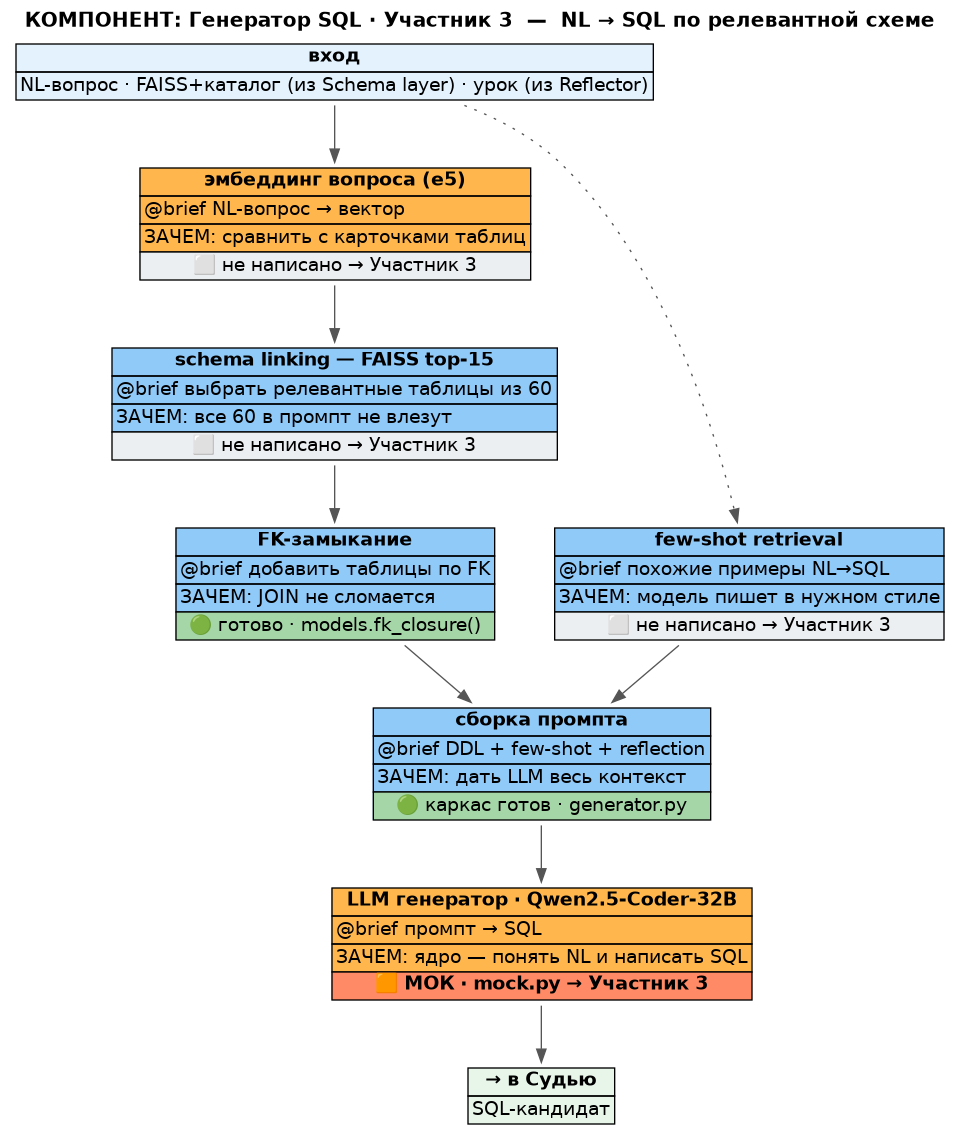
This is docs/target_gen.png from DementievWoW/practicum2026_case3, a Graphviz export, as it was before one commit. Its source is kept beside it as docs/target_gen.dot.
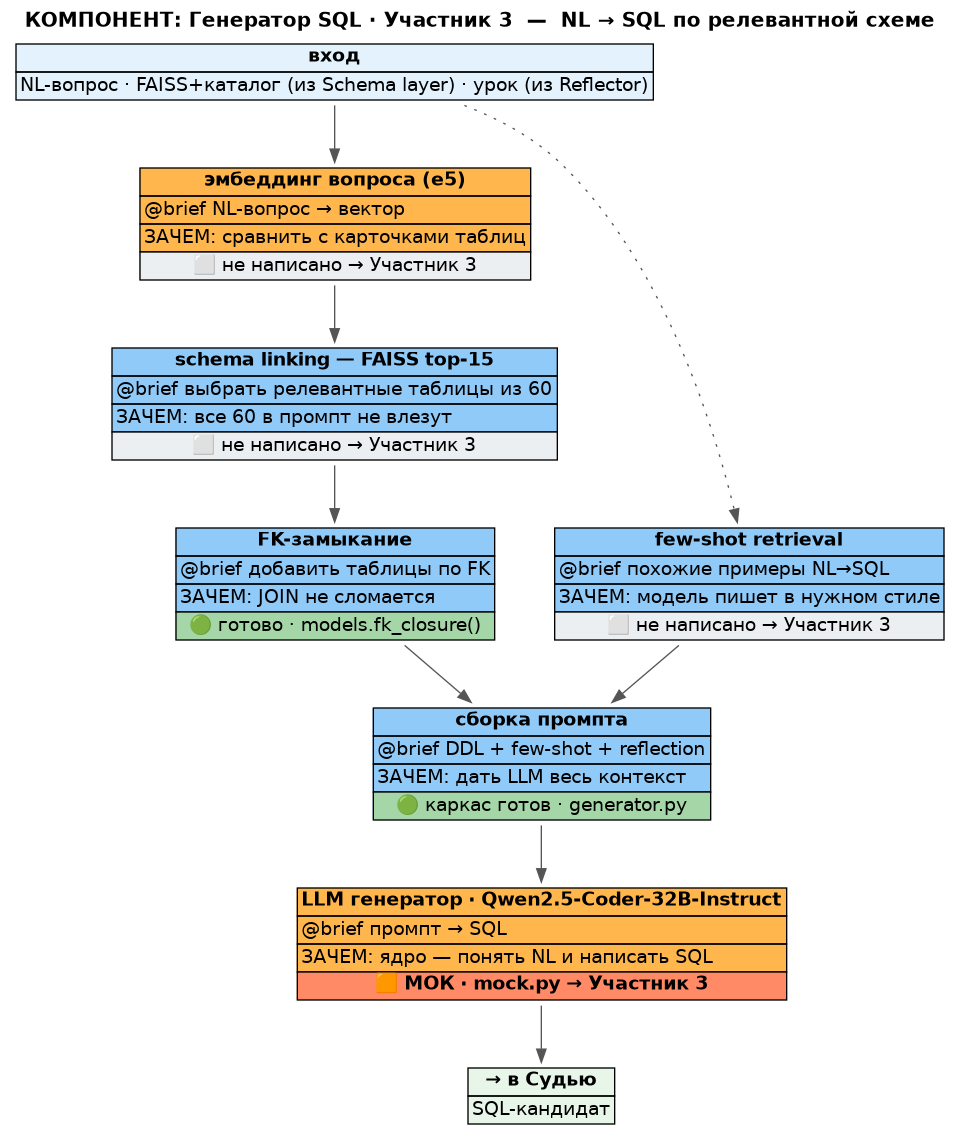
After the change.

Diff of the diagram source:
```diff
@@ -37,7 +37,7 @@
         <tr><td align="left">ЗАЧЕМ: дать LLM весь контекст</td></tr>
         <tr><td bgcolor="#A5D6A7">🟢 каркас готов · generator.py</td></tr></table>>];
     g_llm [label=<<table border="0" cellborder="1" cellspacing="0" bgcolor="#FFB74D">
-        <tr><td><b>LLM генератор · Qwen2.5-Coder-32B</b></td></tr>
+        <tr><td><b>LLM генератор · Qwen2.5-Coder-32B-Instruct</b></td></tr>
         <tr><td align="left">@brief промпт → SQL</td></tr>
         <tr><td align="left">ЗАЧЕМ: ядро — понять NL и написать SQL</td></tr>
         <tr><td bgcolor="#FF8A65"><b>🟧 МОК · mock.py → Участник 3</b></td></tr></table>>];
```
